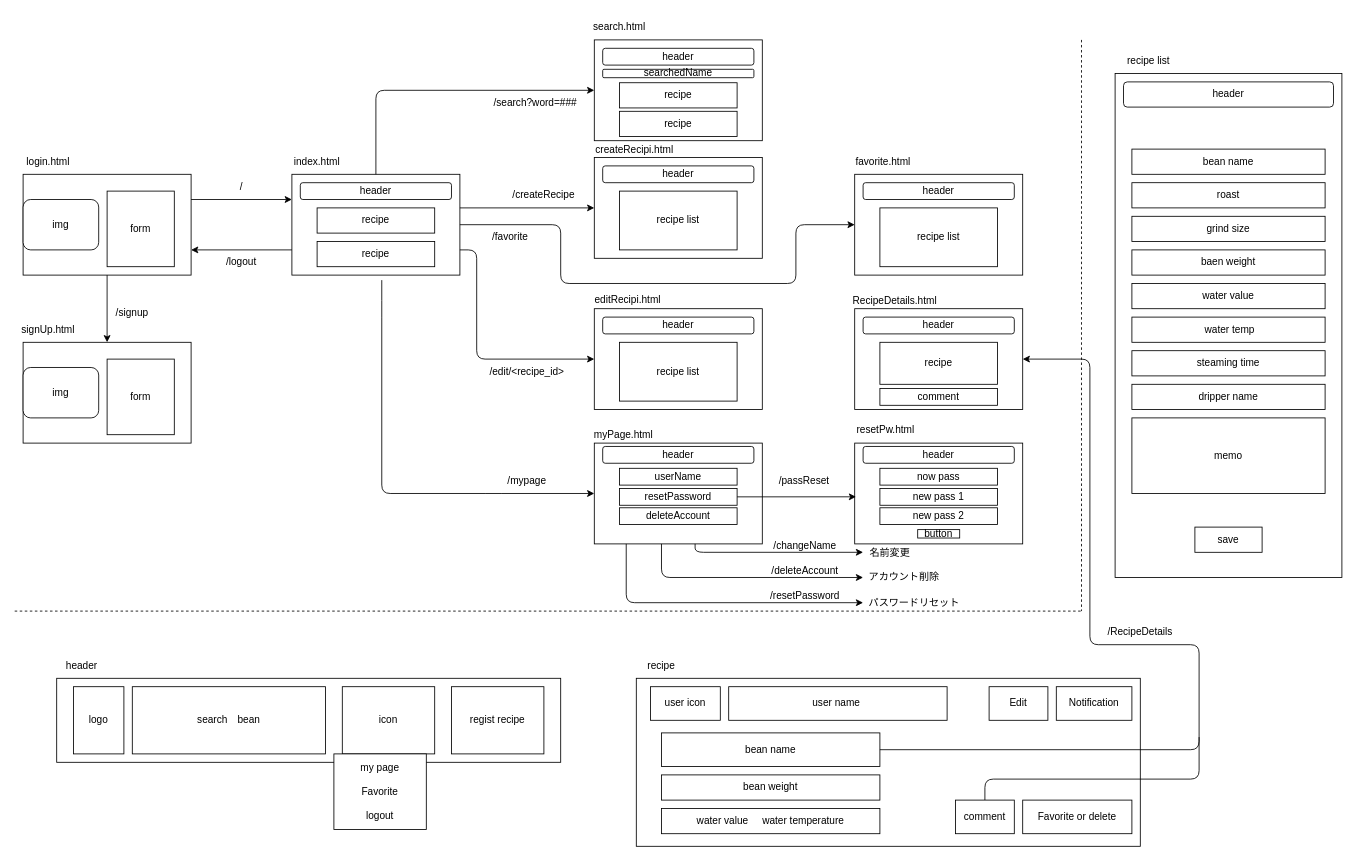
sasa-0823/my_coffee keeps this draw.io diagram as screen.dio. Above is the earlier version. Source tidied: cells renumbered, new cells numbered last; positions are measured from the earlier drawing's top-left corner, leaving out a move shared by most shapes. Both pictures are drawn from the tidied source at 84%, with x=0, y=0 at pixel (14, 14).
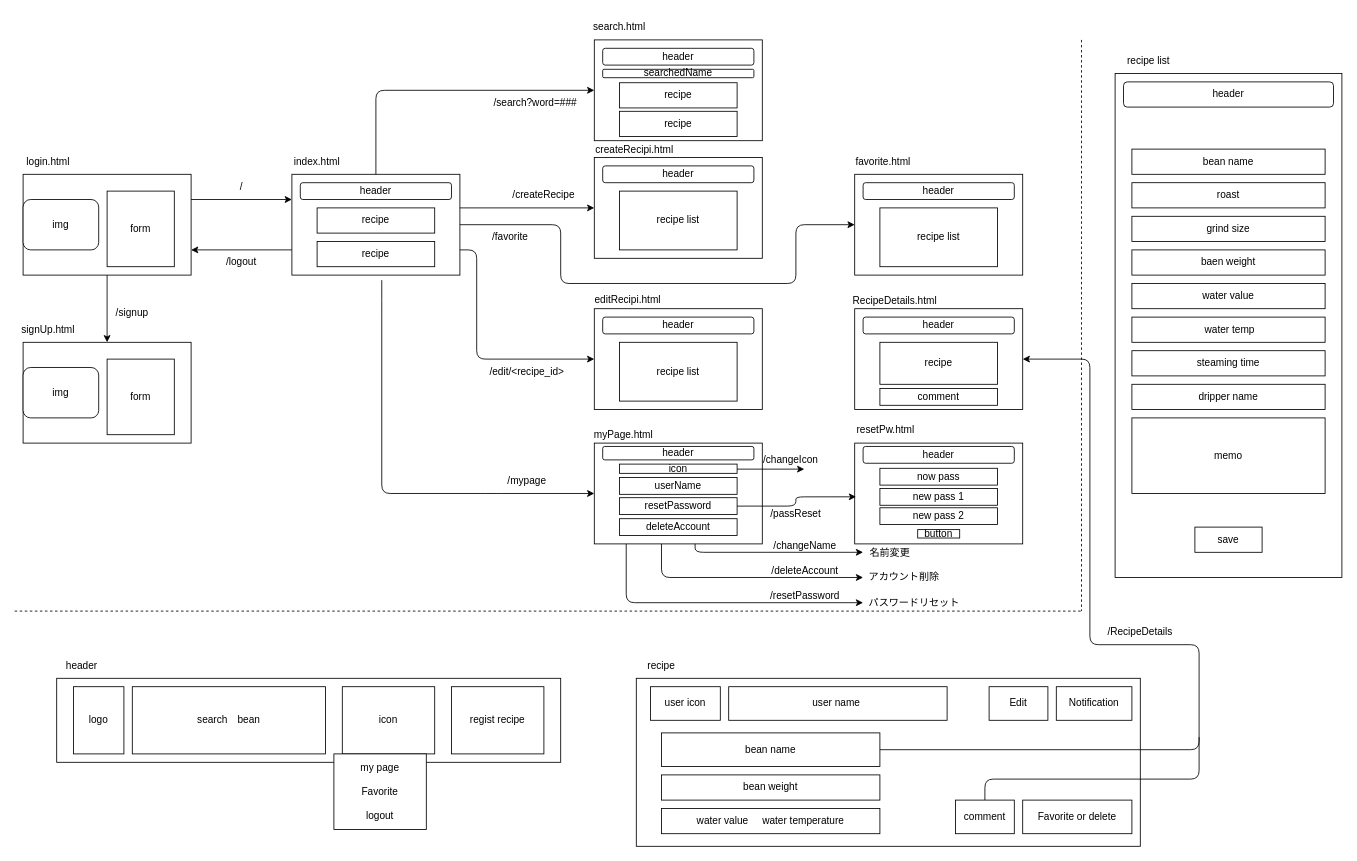
After the change.

Unchanged cells that the change refers to:
```xml
<mxCell id="32" style="group;" parent="1" vertex="1">
  <mxGeometry x="690" y="480" width="200" height="150" as="geometry" />
</mxCell>
<mxCell id="49" style="rounded=0;whiteSpace=wrap;html=1;" parent="48" vertex="1">
  <mxGeometry y="30" width="200" height="120" as="geometry" />
</mxCell>
```

What changed in the source:
```diff
@@
     <mxCell id="35" value="userName" style="rounded=0;whiteSpace=wrap;html=1;" parent="32" vertex="1">
-      <mxGeometry x="30" y="60" width="140" height="20" as="geometry" />
+      <mxGeometry x="30" y="71" width="140" height="20" as="geometry" />
     </mxCell>
     <mxCell id="36" value="header" style="rounded=1;whiteSpace=wrap;html=1;" parent="32" vertex="1">
-      <mxGeometry x="10" y="34" width="180" height="20" as="geometry" />
+      <mxGeometry x="10" y="34" width="180" height="16" as="geometry" />
     </mxCell>
     <mxCell id="37" value="resetPassword" style="rounded=0;whiteSpace=wrap;html=1;" parent="32" vertex="1">
-      <mxGeometry x="30" y="84" width="140" height="20" as="geometry" />
+      <mxGeometry x="30" y="95" width="140" height="20" as="geometry" />
     </mxCell>
     <mxCell id="38" value="deleteAccount" style="rounded=0;whiteSpace=wrap;html=1;" parent="32" vertex="1">
-      <mxGeometry x="30" y="107" width="140" height="20" as="geometry" />
+      <mxGeometry x="30" y="120" width="140" height="20" as="geometry" />
     </mxCell>
+    <mxCell id="126" value="icon" style="rounded=0;whiteSpace=wrap;html=1;" parent="32" vertex="1">
+      <mxGeometry x="30" y="55" width="140" height="11" as="geometry" />
+    </mxCell>
+    <mxCell id="127" style="edgeStyle=none;html=1;startArrow=none;startFill=0;" parent="32" edge="1">
+      <mxGeometry relative="1" as="geometry">
+        <mxPoint x="170" y="61" as="sourcePoint" />
+        <mxPoint x="250" y="61" as="targetPoint" />
+      </mxGeometry>
+    </mxCell>
@@
     <mxCell id="56" style="edgeStyle=none;html=1;entryX=0.008;entryY=0.533;entryDx=0;entryDy=0;entryPerimeter=0;startArrow=none;startFill=0;" parent="1" edge="1" source="37" target="49">
-      <mxGeometry relative="1" as="geometry" />
+      <mxGeometry relative="1" as="geometry">
+        <Array as="points">
+          <mxPoint x="930" y="585" />
+          <mxPoint x="930" y="574" />
+        </Array>
+      </mxGeometry>
     </mxCell>
@@
     <mxCell id="101" value="/passReset" style="text;html=1;strokeColor=none;fillColor=none;align=center;verticalAlign=middle;whiteSpace=wrap;rounded=0;" parent="1" vertex="1">
-      <mxGeometry x="860" y="540" width="160" height="30" as="geometry" />
+      <mxGeometry x="850" y="580" width="160" height="30" as="geometry" />
     </mxCell>
@@
+    <mxCell id="128" value="/changeIcon" style="text;html=1;strokeColor=none;fillColor=none;align=center;verticalAlign=middle;whiteSpace=wrap;rounded=0;" parent="1" vertex="1">
+      <mxGeometry x="844" y="515" width="160" height="30" as="geometry" />
+    </mxCell>
```
